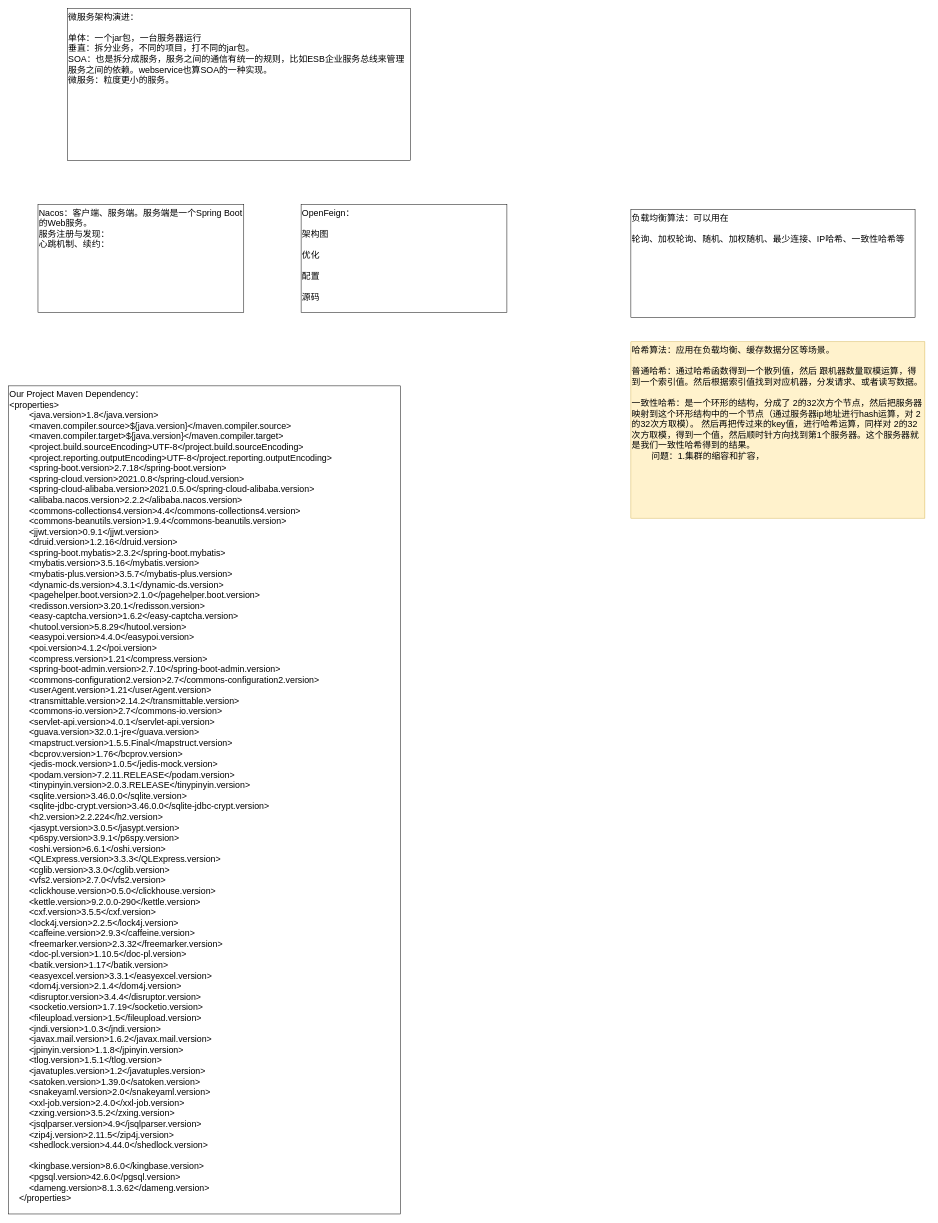
Above: JAVA/微服务.drawio in KGwolf/MyDraw (draw.io), before the change. Source tidied: cells renumbered, new cells numbered last; positions are measured from the earlier drawing's top-left corner, leaving out a move shared by most shapes. Both pictures are drawn from the tidied source at 49%, with x=0, y=0 at pixel (8, 8).
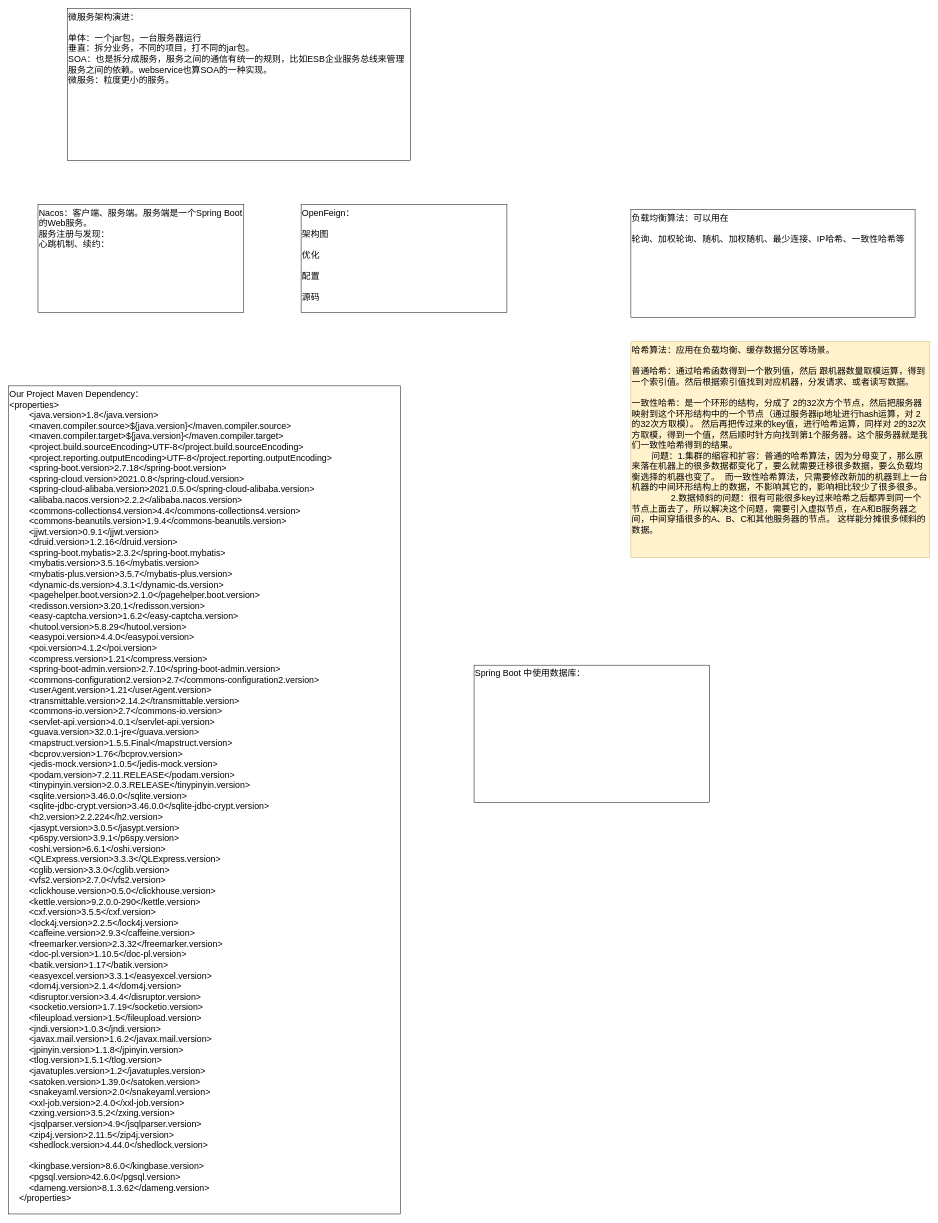
After the change.

Commit message:
更新微服务.drawio

Diff of the diagram source:
```diff
@@
 <mxGraphModel>
   <root>
     <mxCell id="0" />
     <mxCell id="1" parent="0" />
     <mxCell id="2" value="Nacos：客户端、服务端。服务端是一个Spring Boot的Web服务。&lt;div&gt;服务注册与发现：&lt;/div&gt;&lt;div&gt;心跳机制、续约：&lt;br&gt;&lt;div&gt;&lt;br&gt;&lt;/div&gt;&lt;/div&gt;" style="rounded=0;whiteSpace=wrap;html=1;fontSize=18;verticalAlign=top;align=left;" parent="1" vertex="1">
       <mxGeometry x="60" y="400" width="420" height="220" as="geometry" />
     </mxCell>
     <mxCell id="3" value="&lt;div&gt;OpenFeign：&lt;/div&gt;&lt;div&gt;&lt;br&gt;&lt;/div&gt;&lt;div&gt;架构图&lt;/div&gt;&lt;div&gt;&lt;br&gt;&lt;/div&gt;&lt;div&gt;优化&lt;/div&gt;&lt;div&gt;&lt;br&gt;&lt;/div&gt;&lt;div&gt;配置&lt;/div&gt;&lt;div&gt;&lt;br&gt;&lt;/div&gt;&lt;div&gt;源码&lt;/div&gt;" style="rounded=0;whiteSpace=wrap;html=1;fontSize=18;verticalAlign=top;align=left;" parent="1" vertex="1">
       <mxGeometry x="597" y="400" width="420" height="220" as="geometry" />
     </mxCell>
     <mxCell id="4" value="Our Project Maven Dependency：&lt;div&gt;&lt;div&gt;&amp;lt;properties&amp;gt;&lt;/div&gt;&lt;div&gt;&amp;nbsp; &amp;nbsp; &amp;nbsp; &amp;nbsp; &amp;lt;java.version&amp;gt;1.8&amp;lt;/java.version&amp;gt;&lt;/div&gt;&lt;div&gt;&amp;nbsp; &amp;nbsp; &amp;nbsp; &amp;nbsp; &amp;lt;maven.compiler.source&amp;gt;${java.version}&amp;lt;/maven.compiler.source&amp;gt;&lt;/div&gt;&lt;div&gt;&amp;nbsp; &amp;nbsp; &amp;nbsp; &amp;nbsp; &amp;lt;maven.compiler.target&amp;gt;${java.version}&amp;lt;/maven.compiler.target&amp;gt;&lt;/div&gt;&lt;div&gt;&amp;nbsp; &amp;nbsp; &amp;nbsp; &amp;nbsp; &amp;lt;project.build.sourceEncoding&amp;gt;UTF-8&amp;lt;/project.build.sourceEncoding&amp;gt;&lt;/div&gt;&lt;div&gt;&amp;nbsp; &amp;nbsp; &amp;nbsp; &amp;nbsp; &amp;lt;project.reporting.outputEncoding&amp;gt;UTF-8&amp;lt;/project.reporting.outputEncoding&amp;gt;&lt;/div&gt;&lt;div&gt;&amp;nbsp; &amp;nbsp; &amp;nbsp; &amp;nbsp; &amp;lt;spring-boot.version&amp;gt;2.7.18&amp;lt;/spring-boot.version&amp;gt;&lt;/div&gt;&lt;div&gt;&amp;nbsp; &amp;nbsp; &amp;nbsp; &amp;nbsp; &amp;lt;spring-cloud.version&amp;gt;2021.0.8&amp;lt;/spring-cloud.version&amp;gt;&lt;/div&gt;&lt;div&gt;&amp;nbsp; &amp;nbsp; &amp;nbsp; &amp;nbsp; &amp;lt;spring-cloud-alibaba.version&amp;gt;2021.0.5.0&amp;lt;/spring-cloud-alibaba.version&amp;gt;&lt;/div&gt;&lt;div&gt;&amp;nbsp; &amp;nbsp; &amp;nbsp; &amp;nbsp; &amp;lt;alibaba.nacos.version&amp;gt;2.2.2&amp;lt;/alibaba.nacos.version&amp;gt;&lt;/div&gt;&lt;div&gt;&amp;nbsp; &amp;nbsp; &amp;nbsp; &amp;nbsp; &amp;lt;commons-collections4.version&amp;gt;4.4&amp;lt;/commons-collections4.version&amp;gt;&lt;/div&gt;&lt;div&gt;&amp;nbsp; &amp;nbsp; &amp;nbsp; &amp;nbsp; &amp;lt;commons-beanutils.version&amp;gt;1.9.4&amp;lt;/commons-beanutils.version&amp;gt;&lt;/div&gt;&lt;div&gt;&amp;nbsp; &amp;nbsp; &amp;nbsp; &amp;nbsp; &amp;lt;jjwt.version&amp;gt;0.9.1&amp;lt;/jjwt.version&amp;gt;&lt;/div&gt;&lt;div&gt;&amp;nbsp; &amp;nbsp; &amp;nbsp; &amp;nbsp; &amp;lt;druid.version&amp;gt;1.2.16&amp;lt;/druid.version&amp;gt;&lt;/div&gt;&lt;div&gt;&amp;nbsp; &amp;nbsp; &amp;nbsp; &amp;nbsp; &amp;lt;spring-boot.mybatis&amp;gt;2.3.2&amp;lt;/spring-boot.mybatis&amp;gt;&lt;/div&gt;&lt;div&gt;&amp;nbsp; &amp;nbsp; &amp;nbsp; &amp;nbsp; &amp;lt;mybatis.version&amp;gt;3.5.16&amp;lt;/mybatis.version&amp;gt;&lt;/div&gt;&lt;div&gt;&amp;nbsp; &amp;nbsp; &amp;nbsp; &amp;nbsp; &amp;lt;mybatis-plus.version&amp;gt;3.5.7&amp;lt;/mybatis-plus.version&amp;gt;&lt;/div&gt;&lt;div&gt;&amp;nbsp; &amp;nbsp; &amp;nbsp; &amp;nbsp; &amp;lt;dynamic-ds.version&amp;gt;4.3.1&amp;lt;/dynamic-ds.version&amp;gt;&lt;/div&gt;&lt;div&gt;&amp;nbsp; &amp;nbsp; &amp;nbsp; &amp;nbsp; &amp;lt;pagehelper.boot.version&amp;gt;2.1.0&amp;lt;/pagehelper.boot.version&amp;gt;&lt;/div&gt;&lt;div&gt;&amp;nbsp; &amp;nbsp; &amp;nbsp; &amp;nbsp; &amp;lt;redisson.version&amp;gt;3.20.1&amp;lt;/redisson.version&amp;gt;&lt;/div&gt;&lt;div&gt;&amp;nbsp; &amp;nbsp; &amp;nbsp; &amp;nbsp; &amp;lt;easy-captcha.version&amp;gt;1.6.2&amp;lt;/easy-captcha.version&amp;gt;&lt;/div&gt;&lt;div&gt;&amp;nbsp; &amp;nbsp; &amp;nbsp; &amp;nbsp; &amp;lt;hutool.version&amp;gt;5.8.29&amp;lt;/hutool.version&amp;gt;&lt;/div&gt;&lt;div&gt;&amp;nbsp; &amp;nbsp; &amp;nbsp; &amp;nbsp; &amp;lt;easypoi.version&amp;gt;4.4.0&amp;lt;/easypoi.version&amp;gt;&lt;/div&gt;&lt;div&gt;&amp;nbsp; &amp;nbsp; &amp;nbsp; &amp;nbsp; &amp;lt;poi.version&amp;gt;4.1.2&amp;lt;/poi.version&amp;gt;&lt;/div&gt;&lt;div&gt;&amp;nbsp; &amp;nbsp; &amp;nbsp; &amp;nbsp; &amp;lt;compress.version&amp;gt;1.21&amp;lt;/compress.version&amp;gt;&lt;/div&gt;&lt;div&gt;&amp;nbsp; &amp;nbsp; &amp;nbsp; &amp;nbsp; &amp;lt;spring-boot-admin.version&amp;gt;2.7.10&amp;lt;/spring-boot-admin.version&amp;gt;&lt;/div&gt;&lt;div&gt;&amp;nbsp; &amp;nbsp; &amp;nbsp; &amp;nbsp; &amp;lt;commons-configuration2.version&amp;gt;2.7&amp;lt;/commons-configuration2.version&amp;gt;&lt;/div&gt;&lt;div&gt;&amp;nbsp; &amp;nbsp; &amp;nbsp; &amp;nbsp; &amp;lt;userAgent.version&amp;gt;1.21&amp;lt;/userAgent.version&amp;gt;&lt;/div&gt;&lt;div&gt;&amp;nbsp; &amp;nbsp; &amp;nbsp; &amp;nbsp; &amp;lt;transmittable.version&amp;gt;2.14.2&amp;lt;/transmittable.version&amp;gt;&lt;/div&gt;&lt;div&gt;&amp;nbsp; &amp;nbsp; &amp;nbsp; &amp;nbsp; &amp;lt;commons-io.version&amp;gt;2.7&amp;lt;/commons-io.version&amp;gt;&lt;/div&gt;&lt;div&gt;&amp;nbsp; &amp;nbsp; &amp;nbsp; &amp;nbsp; &amp;lt;servlet-api.version&amp;gt;4.0.1&amp;lt;/servlet-api.version&amp;gt;&lt;/div&gt;&lt;div&gt;&amp;nbsp; &amp;nbsp; &amp;nbsp; &amp;nbsp; &amp;lt;guava.version&amp;gt;32.0.1-jre&amp;lt;/guava.version&amp;gt;&lt;/div&gt;&lt;div&gt;&amp;nbsp; &amp;nbsp; &amp;nbsp; &amp;nbsp; &amp;lt;mapstruct.version&amp;gt;1.5.5.Final&amp;lt;/mapstruct.version&amp;gt;&lt;/div&gt;&lt;div&gt;&amp;nbsp; &amp;nbsp; &amp;nbsp; &amp;nbsp; &amp;lt;bcprov.version&amp;gt;1.76&amp;lt;/bcprov.version&amp;gt;&lt;/div&gt;&lt;div&gt;&amp;nbsp; &amp;nbsp; &amp;nbsp; &amp;nbsp; &amp;lt;jedis-mock.version&amp;gt;1.0.5&amp;lt;/jedis-mock.version&amp;gt;&lt;/div&gt;&lt;div&gt;&amp;nbsp; &amp;nbsp; &amp;nbsp; &amp;nbsp; &amp;lt;podam.version&amp;gt;7.2.11.RELEASE&amp;lt;/podam.version&amp;gt;&lt;/div&gt;&lt;div&gt;&amp;nbsp; &amp;nbsp; &amp;nbsp; &amp;nbsp; &amp;lt;tinypinyin.version&amp;gt;2.0.3.RELEASE&amp;lt;/tinypinyin.version&amp;gt;&lt;/div&gt;&lt;div&gt;&amp;nbsp; &amp;nbsp; &amp;nbsp; &amp;nbsp; &amp;lt;sqlite.version&amp;gt;3.46.0.0&amp;lt;/sqlite.version&amp;gt;&lt;/div&gt;&lt;div&gt;&amp;nbsp; &amp;nbsp; &amp;nbsp; &amp;nbsp; &amp;lt;sqlite-jdbc-crypt.version&amp;gt;3.46.0.0&amp;lt;/sqlite-jdbc-crypt.version&amp;gt;&lt;/div&gt;&lt;div&gt;&amp;nbsp; &amp;nbsp; &amp;nbsp; &amp;nbsp; &amp;lt;h2.version&amp;gt;2.2.224&amp;lt;/h2.version&amp;gt;&lt;/div&gt;&lt;div&gt;&amp;nbsp; &amp;nbsp; &amp;nbsp; &amp;nbsp; &amp;lt;jasypt.version&amp;gt;3.0.5&amp;lt;/jasypt.version&amp;gt;&lt;/div&gt;&lt;div&gt;&amp;nbsp; &amp;nbsp; &amp;nbsp; &amp;nbsp; &amp;lt;p6spy.version&amp;gt;3.9.1&amp;lt;/p6spy.version&amp;gt;&lt;/div&gt;&lt;div&gt;&amp;nbsp; &amp;nbsp; &amp;nbsp; &amp;nbsp; &amp;lt;oshi.version&amp;gt;6.6.1&amp;lt;/oshi.version&amp;gt;&lt;/div&gt;&lt;div&gt;&amp;nbsp; &amp;nbsp; &amp;nbsp; &amp;nbsp; &amp;lt;QLExpress.version&amp;gt;3.3.3&amp;lt;/QLExpress.version&amp;gt;&lt;/div&gt;&lt;div&gt;&amp;nbsp; &amp;nbsp; &amp;nbsp; &amp;nbsp; &amp;lt;cglib.version&amp;gt;3.3.0&amp;lt;/cglib.version&amp;gt;&lt;/div&gt;&lt;div&gt;&amp;nbsp; &amp;nbsp; &amp;nbsp; &amp;nbsp; &amp;lt;vfs2.version&amp;gt;2.7.0&amp;lt;/vfs2.version&amp;gt;&lt;/div&gt;&lt;div&gt;&amp;nbsp; &amp;nbsp; &amp;nbsp; &amp;nbsp; &amp;lt;clickhouse.version&amp;gt;0.5.0&amp;lt;/clickhouse.version&amp;gt;&lt;/div&gt;&lt;div&gt;&amp;nbsp; &amp;nbsp; &amp;nbsp; &amp;nbsp; &amp;lt;kettle.version&amp;gt;9.2.0.0-290&amp;lt;/kettle.version&amp;gt;&lt;/div&gt;&lt;div&gt;&amp;nbsp; &amp;nbsp; &amp;nbsp; &amp;nbsp; &amp;lt;cxf.version&amp;gt;3.5.5&amp;lt;/cxf.version&amp;gt;&lt;/div&gt;&lt;div&gt;&amp;nbsp; &amp;nbsp; &amp;nbsp; &amp;nbsp; &amp;lt;lock4j.version&amp;gt;2.2.5&amp;lt;/lock4j.version&amp;gt;&lt;/div&gt;&lt;div&gt;&amp;nbsp; &amp;nbsp; &amp;nbsp; &amp;nbsp; &amp;lt;caffeine.version&amp;gt;2.9.3&amp;lt;/caffeine.version&amp;gt;&lt;/div&gt;&lt;div&gt;&amp;nbsp; &amp;nbsp; &amp;nbsp; &amp;nbsp; &amp;lt;freemarker.version&amp;gt;2.3.32&amp;lt;/freemarker.version&amp;gt;&lt;/div&gt;&lt;div&gt;&amp;nbsp; &amp;nbsp; &amp;nbsp; &amp;nbsp; &amp;lt;doc-pl.version&amp;gt;1.10.5&amp;lt;/doc-pl.version&amp;gt;&lt;/div&gt;&lt;div&gt;&amp;nbsp; &amp;nbsp; &amp;nbsp; &amp;nbsp; &amp;lt;batik.version&amp;gt;1.17&amp;lt;/batik.version&amp;gt;&lt;/div&gt;&lt;div&gt;&amp;nbsp; &amp;nbsp; &amp;nbsp; &amp;nbsp; &amp;lt;easyexcel.version&amp;gt;3.3.1&amp;lt;/easyexcel.version&amp;gt;&lt;/div&gt;&lt;div&gt;&amp;nbsp; &amp;nbsp; &amp;nbsp; &amp;nbsp; &amp;lt;dom4j.version&amp;gt;2.1.4&amp;lt;/dom4j.version&amp;gt;&lt;/div&gt;&lt;div&gt;&amp;nbsp; &amp;nbsp; &amp;nbsp; &amp;nbsp; &amp;lt;disruptor.version&amp;gt;3.4.4&amp;lt;/disruptor.version&amp;gt;&lt;/div&gt;&lt;div&gt;&amp;nbsp; &amp;nbsp; &amp;nbsp; &amp;nbsp; &amp;lt;socketio.version&amp;gt;1.7.19&amp;lt;/socketio.version&amp;gt;&lt;/div&gt;&lt;div&gt;&amp;nbsp; &amp;nbsp; &amp;nbsp; &amp;nbsp; &amp;lt;fileupload.version&amp;gt;1.5&amp;lt;/fileupload.version&amp;gt;&lt;/div&gt;&lt;div&gt;&amp;nbsp; &amp;nbsp; &amp;nbsp; &amp;nbsp; &amp;lt;jndi.version&amp;gt;1.0.3&amp;lt;/jndi.version&amp;gt;&lt;/div&gt;&lt;div&gt;&amp;nbsp; &amp;nbsp; &amp;nbsp; &amp;nbsp; &amp;lt;javax.mail.version&amp;gt;1.6.2&amp;lt;/javax.mail.version&amp;gt;&lt;/div&gt;&lt;div&gt;&amp;nbsp; &amp;nbsp; &amp;nbsp; &amp;nbsp; &amp;lt;jpinyin.version&amp;gt;1.1.8&amp;lt;/jpinyin.version&amp;gt;&lt;/div&gt;&lt;div&gt;&amp;nbsp; &amp;nbsp; &amp;nbsp; &amp;nbsp; &amp;lt;tlog.version&amp;gt;1.5.1&amp;lt;/tlog.version&amp;gt;&lt;/div&gt;&lt;div&gt;&amp;nbsp; &amp;nbsp; &amp;nbsp; &amp;nbsp; &amp;lt;javatuples.version&amp;gt;1.2&amp;lt;/javatuples.version&amp;gt;&lt;/div&gt;&lt;div&gt;&amp;nbsp; &amp;nbsp; &amp;nbsp; &amp;nbsp; &amp;lt;satoken.version&amp;gt;1.39.0&amp;lt;/satoken.version&amp;gt;&lt;/div&gt;&lt;div&gt;&amp;nbsp; &amp;nbsp; &amp;nbsp; &amp;nbsp; &amp;lt;snakeyaml.version&amp;gt;2.0&amp;lt;/snakeyaml.version&amp;gt;&lt;/div&gt;&lt;div&gt;&amp;nbsp; &amp;nbsp; &amp;nbsp; &amp;nbsp; &amp;lt;xxl-job.version&amp;gt;2.4.0&amp;lt;/xxl-job.version&amp;gt;&lt;/div&gt;&lt;div&gt;&amp;nbsp; &amp;nbsp; &amp;nbsp; &amp;nbsp; &amp;lt;zxing.version&amp;gt;3.5.2&amp;lt;/zxing.version&amp;gt;&lt;/div&gt;&lt;div&gt;&amp;nbsp; &amp;nbsp; &amp;nbsp; &amp;nbsp; &amp;lt;jsqlparser.version&amp;gt;4.9&amp;lt;/jsqlparser.version&amp;gt;&lt;/div&gt;&lt;div&gt;&amp;nbsp; &amp;nbsp; &amp;nbsp; &amp;nbsp; &amp;lt;zip4j.version&amp;gt;2.11.5&amp;lt;/zip4j.version&amp;gt;&lt;/div&gt;&lt;div&gt;&amp;nbsp; &amp;nbsp; &amp;nbsp; &amp;nbsp; &amp;lt;shedlock.version&amp;gt;4.44.0&amp;lt;/shedlock.version&amp;gt;&lt;/div&gt;&lt;div&gt;&lt;br&gt;&lt;/div&gt;&lt;div&gt;&amp;nbsp; &amp;nbsp; &amp;nbsp; &amp;nbsp; &amp;lt;kingbase.version&amp;gt;8.6.0&amp;lt;/kingbase.version&amp;gt;&lt;/div&gt;&lt;div&gt;&amp;nbsp; &amp;nbsp; &amp;nbsp; &amp;nbsp; &amp;lt;pgsql.version&amp;gt;42.6.0&amp;lt;/pgsql.version&amp;gt;&lt;/div&gt;&lt;div&gt;&amp;nbsp; &amp;nbsp; &amp;nbsp; &amp;nbsp; &amp;lt;dameng.version&amp;gt;8.1.3.62&amp;lt;/dameng.version&amp;gt;&lt;/div&gt;&lt;div&gt;&amp;nbsp; &amp;nbsp; &amp;lt;/properties&amp;gt;&lt;/div&gt;&lt;div&gt;&lt;br&gt;&lt;/div&gt;&lt;/div&gt;" style="rounded=0;whiteSpace=wrap;html=1;fontSize=18;verticalAlign=top;align=left;" parent="1" vertex="1">
       <mxGeometry y="770" width="800" height="1690" as="geometry" />
     </mxCell>
     <mxCell id="5" value="微服务架构演进：&lt;div&gt;&lt;br&gt;&lt;/div&gt;&lt;div&gt;单体：一个jar包，一台服务器运行&lt;/div&gt;&lt;div&gt;垂直：拆分业务，不同的项目，打不同的jar包。&lt;/div&gt;&lt;div&gt;SOA：也是拆分成服务，服务之间的通信有统一的规则，比如ESB企业服务总线来管理服务之间的依赖。webservice也算SOA的一种实现。&lt;/div&gt;&lt;div&gt;微服务：粒度更小的服务。&lt;br&gt;&lt;div&gt;&lt;br&gt;&lt;/div&gt;&lt;/div&gt;" style="rounded=0;whiteSpace=wrap;html=1;fontSize=18;verticalAlign=top;align=left;" parent="1" vertex="1">
       <mxGeometry x="120" width="700" height="310" as="geometry" />
     </mxCell>
     <mxCell id="6" value="&lt;div&gt;负载均衡算法：可以用在&lt;/div&gt;&lt;div&gt;&lt;br&gt;&lt;/div&gt;&lt;div&gt;轮询、加权轮询、随机、加权随机、最少连接、IP哈希、一致性哈希等&lt;/div&gt;" style="rounded=0;whiteSpace=wrap;html=1;fontSize=18;verticalAlign=top;align=left;" parent="1" vertex="1">
       <mxGeometry x="1270" y="410" width="580" height="220" as="geometry" />
     </mxCell>
-    <mxCell id="7" value="&lt;div&gt;哈希算法：应用在负载均衡、缓存数据分区等场景。&lt;/div&gt;&lt;div&gt;&lt;br&gt;&lt;/div&gt;&lt;div&gt;普通哈希：通过哈希函数得到一个散列值，然后 跟机器数量取模运算，得到一个索引值。然后根据索引值找到对应机器，分发请求、或者读写数据。&lt;/div&gt;&lt;div&gt;&lt;br&gt;&lt;/div&gt;一致性哈希：是一个环形的结构，分成了 2的32次方个节点，然后把服务器映射到这个环形结构中的一个节点（通过服务器ip地址进行hash运算，对 2的32次方取模）。 然后再把传过来的key值，进行哈希运算，同样对 2的32次方取模，得到一个值，然后顺时针方向找到第1个服务器。这个服务器就是我们一致性哈希得到的结果。&lt;div&gt;&lt;span style=&quot;white-space: pre;&quot;&gt;&#9;&lt;/span&gt;问题：1.集群的缩容和扩容，&lt;br&gt;&lt;/div&gt;" style="rounded=0;whiteSpace=wrap;html=1;fontSize=18;verticalAlign=top;align=left;fillColor=#fff2cc;strokeColor=#d6b656;" parent="1" vertex="1">
-      <mxGeometry x="1270" y="680" width="600" height="360" as="geometry" />
+    <mxCell id="7" value="&lt;div&gt;哈希算法：应用在负载均衡、缓存数据分区等场景。&lt;/div&gt;&lt;div&gt;&lt;br&gt;&lt;/div&gt;&lt;div&gt;普通哈希：通过哈希函数得到一个散列值，然后 跟机器数量取模运算，得到一个索引值。然后根据索引值找到对应机器，分发请求、或者读写数据。&lt;/div&gt;&lt;div&gt;&lt;br&gt;&lt;/div&gt;一致性哈希：是一个环形的结构，分成了 2的32次方个节点，然后把服务器映射到这个环形结构中的一个节点（通过服务器ip地址进行hash运算，对 2的32次方取模）。 然后再把传过来的key值，进行哈希运算，同样对 2的32次方取模，得到一个值，然后顺时针方向找到第1个服务器。这个服务器就是我们一致性哈希得到的结果。&lt;div&gt;&lt;span style=&quot;white-space: pre;&quot;&gt;&#9;&lt;/span&gt;问题：1.集群的缩容和扩容：普通的哈希算法，因为分母变了，那么原来落在机器上的很多数据都变化了，要么就需要迁移很多数据，要么负载均衡选择的机器也变了。&amp;nbsp; 而一致性哈希算法，只需要修改新加的机器到上一台机器的中间环形结构上的数据，不影响其它的，影响相比较少了很多很多。&lt;br&gt;&lt;/div&gt;&lt;div&gt;&lt;span style=&quot;white-space: pre;&quot;&gt;&#9;&lt;/span&gt;&lt;span style=&quot;white-space: pre;&quot;&gt;&#9;&lt;/span&gt;2.数据倾斜的问题：很有可能很多key过来哈希之后都弄到同一个节点上面去了，所以解决这个问题，需要引入虚拟节点，在A和B服务器之间，中间穿插很多的A、B、C和其他服务器的节点。 这样能分摊很多倾斜的数据。&lt;br&gt;&lt;/div&gt;" style="rounded=0;whiteSpace=wrap;html=1;fontSize=18;verticalAlign=top;align=left;fillColor=#fff2cc;strokeColor=#d6b656;" parent="1" vertex="1">
+      <mxGeometry x="1270" y="680" width="610" height="440" as="geometry" />
     </mxCell>
+    <mxCell id="8" value="Spring Boot 中使用数据库：" style="rounded=0;whiteSpace=wrap;html=1;fontSize=18;verticalAlign=top;align=left;" parent="1" vertex="1">
+      <mxGeometry x="950" y="1340" width="480" height="280" as="geometry" />
+    </mxCell>
   </root>
 </mxGraphModel>
```
